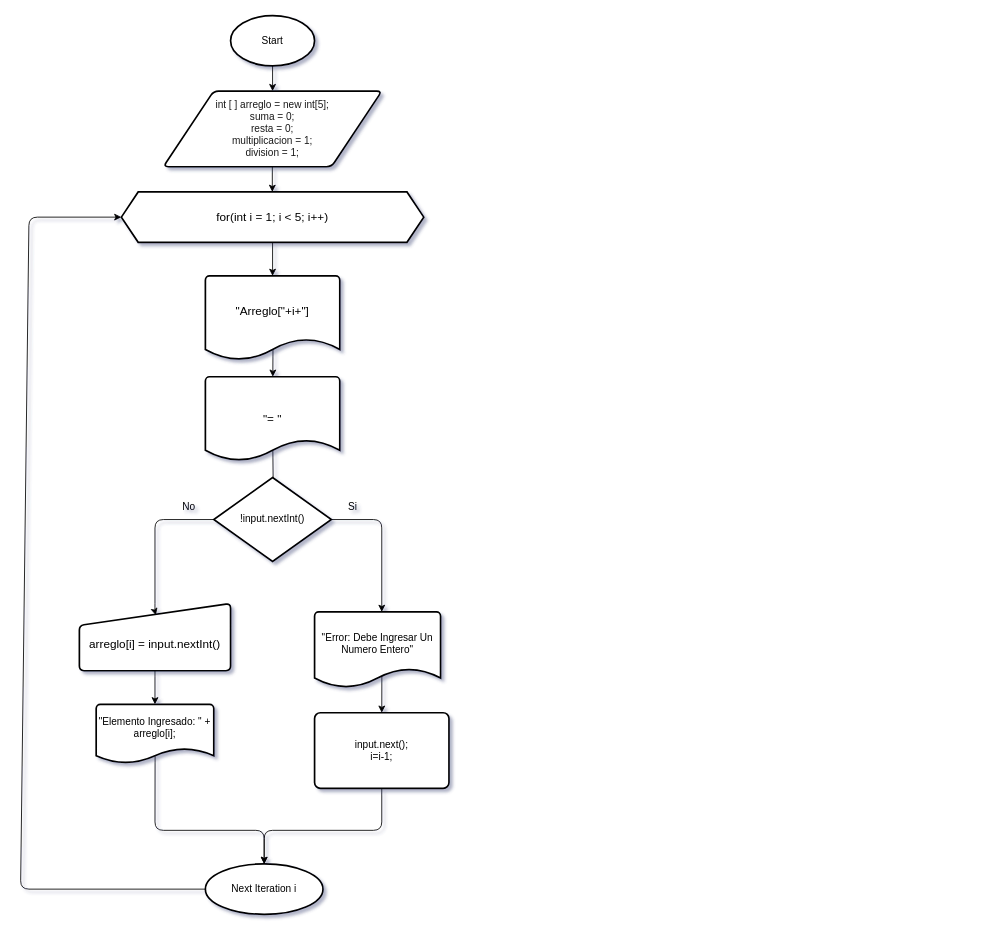
AnthonyLozadaAlexander/DiagramaDeFlujos keeps this draw.io diagram as Arreglos_Operaciones.drawio. Above is the earlier version. Source tidied: cells renumbered, new cells numbered last; positions are measured from the earlier drawing's top-left corner, leaving out a move shared by most shapes. Both pictures are drawn from the tidied source at 84%, with x=0, y=0 at pixel (20, 15).
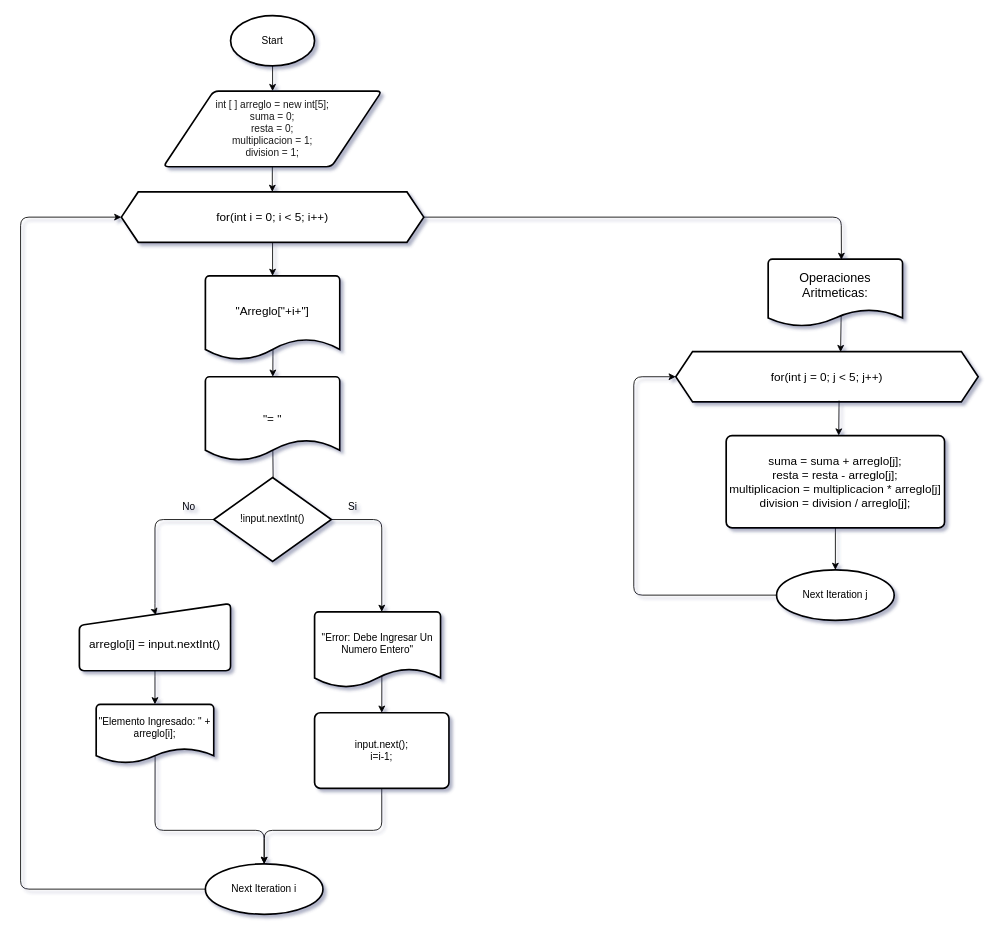
Above is the later version.

Commit message:
Actualizar diagrama de flujo para corregir la lógica del bucle y agregar operaciones de suma, resta, multiplicación y división en el arreglo.

Unchanged cells that the change refers to:
```xml
<mxCell id="25" value="Next Iteration i" style="strokeWidth=2;html=1;shape=mxgraph.flowchart.start_1;whiteSpace=wrap;" parent="1" vertex="1">
  <mxGeometry x="220" y="1010" width="140" height="60" as="geometry" />
</mxCell>
```

Diff of the diagram source:
```diff
@@
+    <mxCell id="27" style="edgeStyle=none;html=1;entryX=0.545;entryY=0.012;entryDx=0;entryDy=0;entryPerimeter=0;exitX=0.543;exitY=0.834;exitDx=0;exitDy=0;exitPerimeter=0;" parent="1" edge="1" source="35" target="28">
+      <mxGeometry relative="1" as="geometry" />
+    </mxCell>
-    <mxCell id="6" value="for(int i = 1; i &amp;lt; 5; i++)" style="shape=hexagon;perimeter=hexagonPerimeter2;whiteSpace=wrap;html=1;fixedSize=1;fontSize=14;strokeWidth=2;" parent="1" vertex="1">
+    <mxCell id="6" value="for(int i = 0; i &amp;lt; 5; i++)" style="shape=hexagon;perimeter=hexagonPerimeter2;whiteSpace=wrap;html=1;fixedSize=1;fontSize=14;strokeWidth=2;" parent="1" vertex="1">
       <mxGeometry x="120" y="210" width="360" height="60" as="geometry" />
     </mxCell>
@@
     <mxCell id="24" style="edgeStyle=none;html=1;entryX=0;entryY=0.5;entryDx=0;entryDy=0;" parent="1" edge="1" source="25" target="6">
       <mxGeometry relative="1" as="geometry">
         <Array as="points">
           <mxPoint y="1040" />
-          <mxPoint x="10" y="240" />
+          <mxPoint y="240" />
         </Array>
       </mxGeometry>
     </mxCell>
@@
+    <mxCell id="28" value="for(int j = 0; j &amp;lt; 5; j++)" style="shape=hexagon;perimeter=hexagonPerimeter2;whiteSpace=wrap;html=1;fixedSize=1;fontSize=14;strokeWidth=2;" parent="1" vertex="1">
+      <mxGeometry x="780" y="400" width="360" height="60" as="geometry" />
+    </mxCell>
+    <mxCell id="29" style="edgeStyle=none;jettySize=auto;html=1;exitX=0.54;exitY=0.973;exitDx=0;exitDy=0;exitPerimeter=0;" parent="1" edge="1" source="28">
+      <mxGeometry relative="1" as="geometry">
+        <mxPoint x="974" y="500" as="targetPoint" />
+      </mxGeometry>
+    </mxCell>
+    <mxCell id="30" value="suma = suma + arreglo[j];&lt;div&gt;resta = resta - arreglo[j];&lt;/div&gt;&lt;div&gt;multiplicacion = multiplicacion * arreglo[j]&lt;/div&gt;&lt;div&gt;division = division / arreglo[j];&lt;/div&gt;" style="rounded=1;whiteSpace=wrap;html=1;absoluteArcSize=1;arcSize=14;strokeWidth=2;fontColor=#000000;fontSize=14;" parent="1" vertex="1">
+      <mxGeometry x="840" y="500" width="260" height="110" as="geometry" />
+    </mxCell>
+    <mxCell id="31" style="edgeStyle=none;html=1;entryX=0;entryY=0.5;entryDx=0;entryDy=0;exitX=0;exitY=0.5;exitDx=0;exitDy=0;exitPerimeter=0;" parent="1" edge="1" source="32" target="28">
+      <mxGeometry relative="1" as="geometry">
+        <Array as="points">
+          <mxPoint x="730" y="690" />
+          <mxPoint x="730" y="430" />
+        </Array>
+      </mxGeometry>
+    </mxCell>
+    <mxCell id="32" value="Next Iteration j" style="strokeWidth=2;html=1;shape=mxgraph.flowchart.start_1;whiteSpace=wrap;" parent="1" vertex="1">
+      <mxGeometry x="900" y="660" width="140" height="60" as="geometry" />
+    </mxCell>
+    <mxCell id="33" style="edgeStyle=none;html=1;entryX=0.5;entryY=0;entryDx=0;entryDy=0;entryPerimeter=0;" parent="1" edge="1" source="30" target="32">
+      <mxGeometry relative="1" as="geometry" />
+    </mxCell>
+    <mxCell id="34" style="edgeStyle=none;html=1;exitX=1;exitY=0.5;exitDx=0;exitDy=0;entryX=0.545;entryY=0.012;entryDx=0;entryDy=0;entryPerimeter=0;" parent="1" edge="1" source="6" target="35">
+      <mxGeometry relative="1" as="geometry">
+        <Array as="points">
+          <mxPoint x="977" y="240" />
+        </Array>
+      </mxGeometry>
+    </mxCell>
+    <mxCell id="35" value="Operaciones Aritmeticas:&lt;div&gt;&lt;br&gt;&lt;/div&gt;" style="strokeWidth=2;html=1;shape=mxgraph.flowchart.document2;whiteSpace=wrap;size=0.25;fontSize=15;" parent="1" vertex="1">
+      <mxGeometry x="890" y="290" width="160" height="80" as="geometry" />
+    </mxCell>
```
